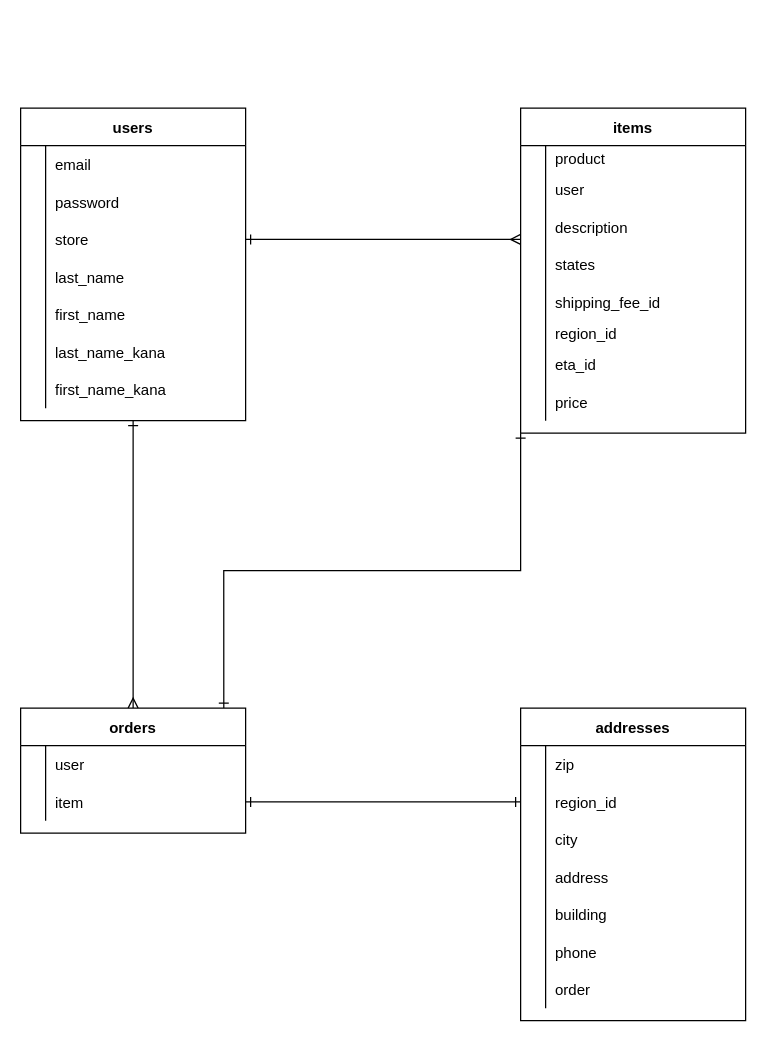
The draw.io diagram order.dio in root-344/order_app, before the edit. Source tidied: cells renumbered, new cells numbered last; positions are measured from the earlier drawing's top-left corner, leaving out a move shared by most shapes. Both pictures are drawn from the tidied source at 125%, with x=0, y=0 at pixel (20, 108).
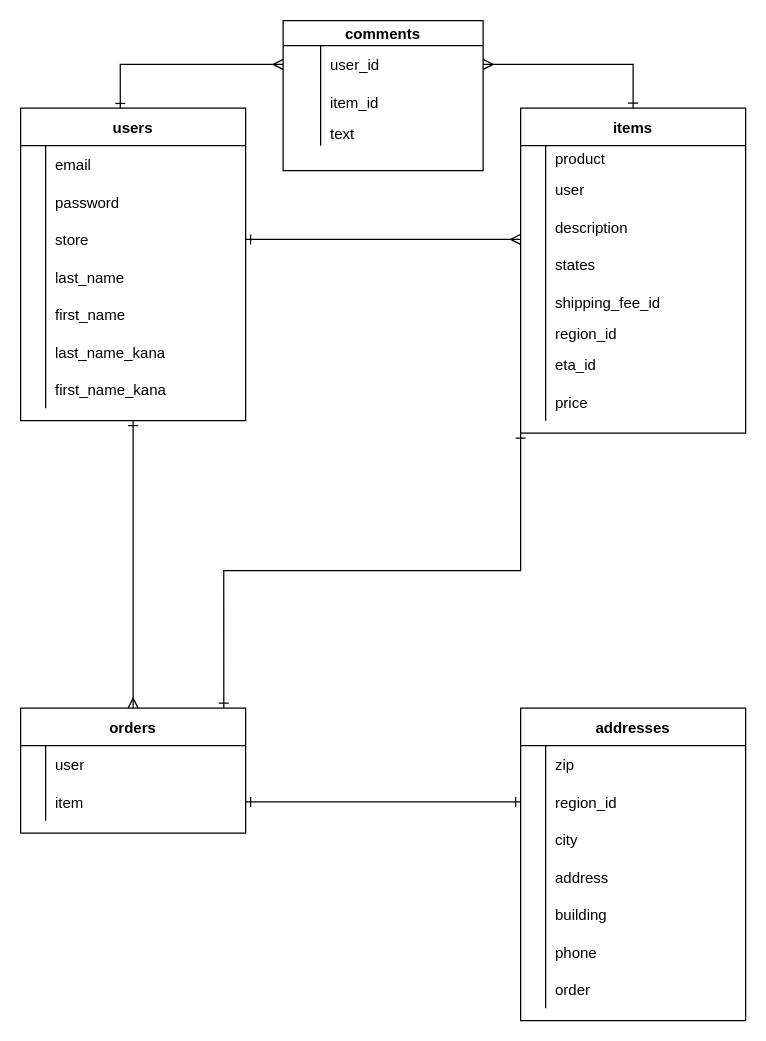
Above is the later version.

Unchanged cells that the change refers to:
```xml
<mxCell id="3" value="users" style="shape=table;startSize=30;childLayout=tableLayout;rowLines=0;fontStyle=1;align=center;" parent="1" vertex="1">
  <mxGeometry width="180" height="250" as="geometry" />
</mxCell>
<mxCell id="26" value="items" style="shape=table;startSize=30;childLayout=tableLayout;rowLines=0;fontStyle=1;align=center;" parent="1" vertex="1">
  <mxGeometry x="400" width="180" height="260" as="geometry" />
</mxCell>
```

Change to the diagram source:
```diff
@@
+    <mxCell id="82" value="comments" style="shape=table;startSize=20;childLayout=tableLayout;rowLines=0;fontStyle=1;align=center;" parent="1" vertex="1">
+      <mxGeometry x="210" y="-70" width="160" height="120" as="geometry" />
+    </mxCell>
+    <mxCell id="83" style="shape=partialRectangle;fillColor=none;top=0;left=0;bottom=0;right=0;points=[[0,0.5],[1,0.5]];portConstraint=eastwest;" parent="82" vertex="1">
+      <mxGeometry y="20" width="160" height="30" as="geometry" />
+    </mxCell>
+    <mxCell id="84" style="shape=partialRectangle;fillColor=none;top=0;left=0;bottom=0;right=0;overflow=hidden;" parent="83" vertex="1">
+      <mxGeometry width="30" height="30" as="geometry" />
+    </mxCell>
+    <mxCell id="85" value="user_id" style="shape=partialRectangle;fillColor=none;top=0;left=0;bottom=0;right=0;align=left;spacingLeft=6;overflow=hidden;" parent="83" vertex="1">
+      <mxGeometry x="30" width="130" height="30" as="geometry" />
+    </mxCell>
+    <mxCell id="86" style="shape=partialRectangle;fillColor=none;top=0;left=0;bottom=0;right=0;" parent="82" vertex="1">
+      <mxGeometry y="50" width="160" height="30" as="geometry" />
+    </mxCell>
+    <mxCell id="87" style="shape=partialRectangle;fillColor=none;top=0;left=0;bottom=0;right=0;overflow=hidden;" parent="86" vertex="1">
+      <mxGeometry width="30" height="30" as="geometry" />
+    </mxCell>
+    <mxCell id="88" value="item_id" style="shape=partialRectangle;fillColor=none;top=0;left=0;bottom=0;right=0;align=left;spacingLeft=6;overflow=hidden;" parent="86" vertex="1">
+      <mxGeometry x="30" width="130" height="30" as="geometry" />
+    </mxCell>
+    <mxCell id="89" style="shape=partialRectangle;fillColor=none;top=0;left=0;bottom=0;right=0;" parent="82" vertex="1">
+      <mxGeometry y="80" width="160" height="20" as="geometry" />
+    </mxCell>
+    <mxCell id="90" style="shape=partialRectangle;fillColor=none;top=0;left=0;bottom=0;right=0;overflow=hidden;" parent="89" vertex="1">
+      <mxGeometry width="30" height="20" as="geometry" />
+    </mxCell>
+    <mxCell id="91" value="text" style="shape=partialRectangle;fillColor=none;top=0;left=0;bottom=0;right=0;align=left;spacingLeft=6;overflow=hidden;" parent="89" vertex="1">
+      <mxGeometry x="30" width="130" height="20" as="geometry" />
+    </mxCell>
+    <mxCell id="92" style="edgeStyle=orthogonalEdgeStyle;rounded=0;jettySize=auto;html=1;exitX=1;exitY=0.5;exitDx=0;exitDy=0;entryX=0.5;entryY=0;entryDx=0;entryDy=0;endArrow=ERone;endFill=0;startArrow=ERmany;startFill=0;" parent="1" edge="1" source="83" target="26">
+      <mxGeometry relative="1" as="geometry" />
+    </mxCell>
+    <mxCell id="93" style="edgeStyle=orthogonalEdgeStyle;rounded=0;jettySize=auto;html=1;exitX=0;exitY=0.5;exitDx=0;exitDy=0;entryX=0.443;entryY=0.001;entryDx=0;entryDy=0;entryPerimeter=0;startArrow=ERmany;startFill=0;endArrow=ERone;endFill=0;" parent="1" edge="1" source="83" target="3">
+      <mxGeometry relative="1" as="geometry" />
+    </mxCell>
```
